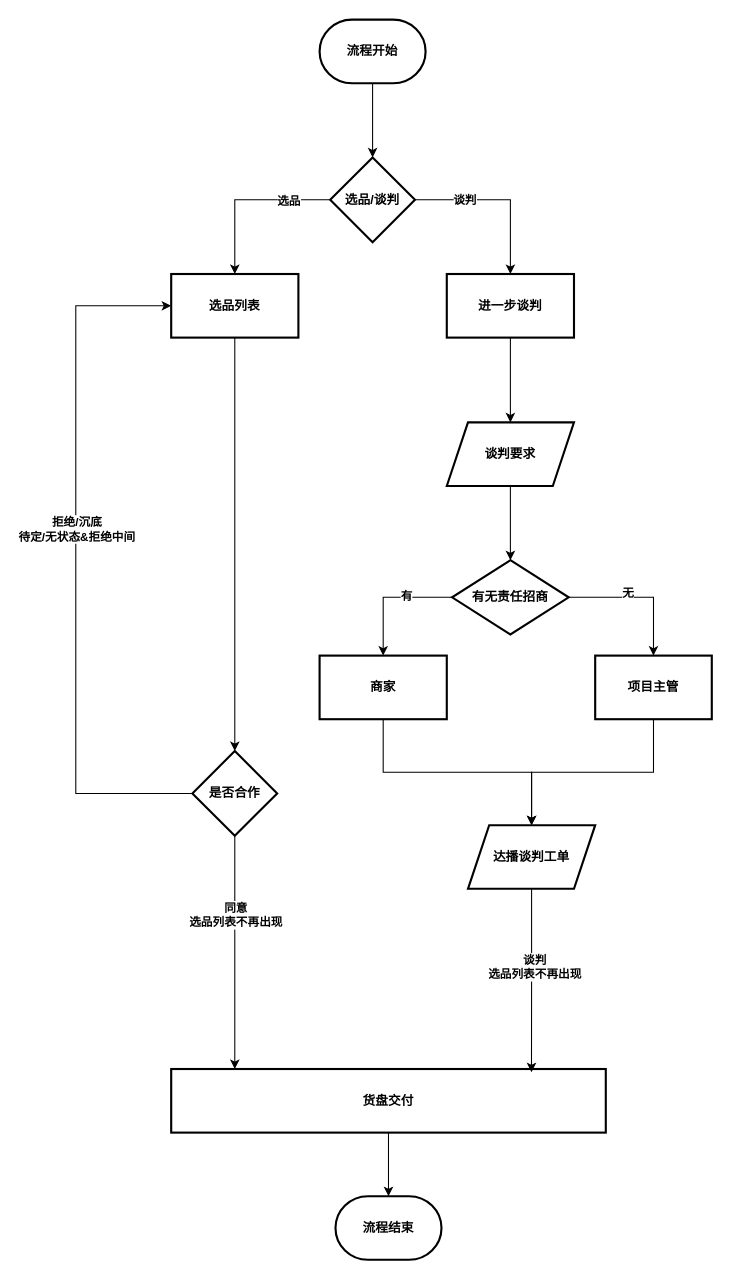
Before: my/未命名绘图.drawio in AtwoodPa/my-markdown, a draw.io diagram. Source tidied: cells renumbered, new cells numbered last; positions are measured from the earlier drawing's top-left corner, leaving out a move shared by most shapes. Both pictures are drawn from the tidied source at 106%, with x=0, y=0 at pixel (75, 19).
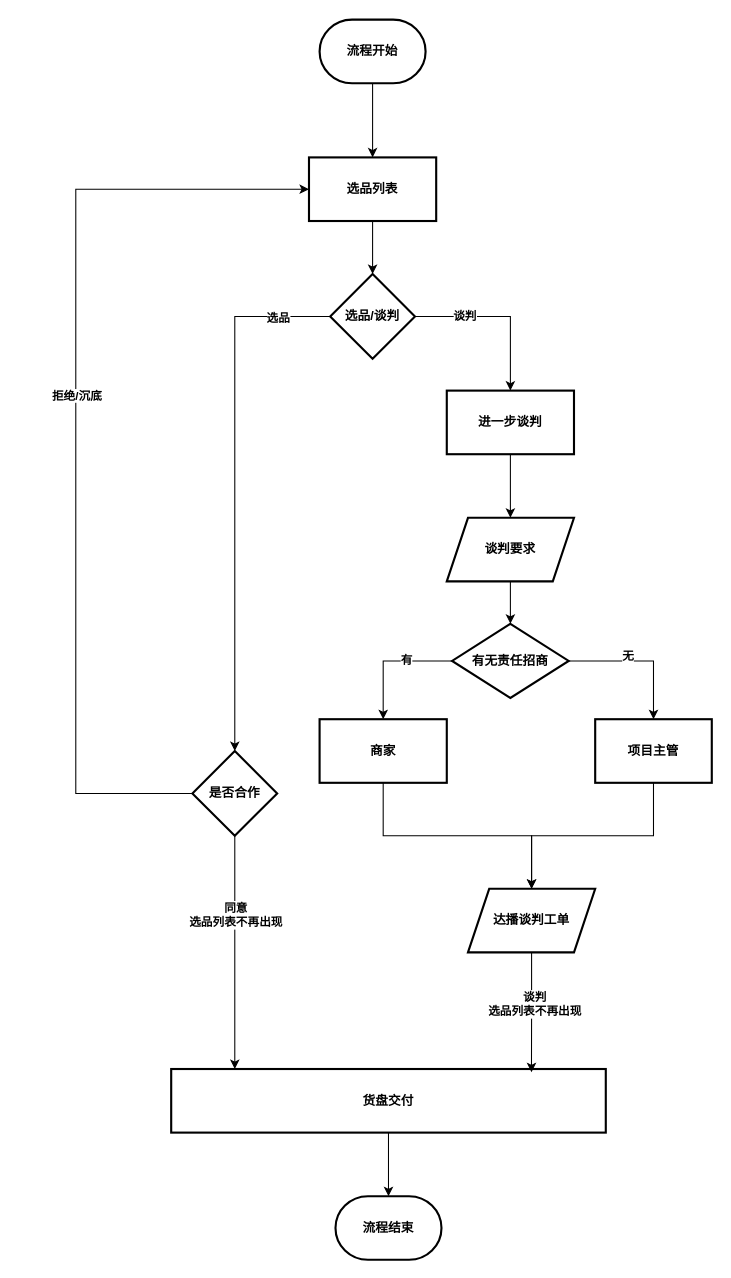
After the change.

Commit message:
更新未命名绘图.drawio

The change refers to these unchanged cells:
```xml
<mxCell id="3" value="&lt;span&gt;流程开始&lt;/span&gt;" style="strokeWidth=2;html=1;shape=mxgraph.flowchart.terminator;whiteSpace=wrap;fontStyle=1;" parent="1" vertex="1">
  <mxGeometry x="230" width="100" height="60" as="geometry" />
</mxCell>
<mxCell id="17" value="是否合作" style="rhombus;whiteSpace=wrap;html=1;strokeWidth=2;fontStyle=1;" parent="1" vertex="1">
  <mxGeometry x="110" y="690" width="80" height="80" as="geometry" />
</mxCell>
```

Change to the diagram source:
```diff
@@
-    <mxCell id="2" style="edgeStyle=orthogonalEdgeStyle;rounded=0;jettySize=auto;html=1;fontStyle=1;" parent="1" edge="1" source="3" target="8">
-      <mxGeometry relative="1" as="geometry" />
-    </mxCell>
+    <mxCell id="35" style="edgeStyle=orthogonalEdgeStyle;rounded=0;jettySize=auto;html=1;" parent="1" edge="1" source="3" target="10">
+      <mxGeometry relative="1" as="geometry" />
+    </mxCell>
@@
-    <mxCell id="4" style="edgeStyle=orthogonalEdgeStyle;rounded=0;jettySize=auto;html=1;fontStyle=1;" parent="1" edge="1" source="8" target="10">
+    <mxCell id="4" style="edgeStyle=orthogonalEdgeStyle;rounded=0;jettySize=auto;html=1;fontStyle=1;entryX=0.5;entryY=0;entryDx=0;entryDy=0;" parent="1" edge="1" source="8" target="17">
       <mxGeometry relative="1" as="geometry" />
     </mxCell>
     <mxCell id="5" value="&lt;span&gt;选品&lt;/span&gt;" style="edgeLabel;html=1;align=center;verticalAlign=middle;fontStyle=1;" parent="4" vertex="1">
       <mxGeometry x="-0.31" y="4" relative="1" as="geometry">
-        <mxPoint x="15" y="-4" as="offset" />
+        <mxPoint x="36" y="-82" as="offset" />
       </mxGeometry>
     </mxCell>
@@
     <mxCell id="8" value="选品/谈判" style="rhombus;whiteSpace=wrap;html=1;strokeWidth=2;fontStyle=1;" parent="1" vertex="1">
-      <mxGeometry x="240" y="130" width="80" height="80" as="geometry" />
+      <mxGeometry x="240" y="240" width="80" height="80" as="geometry" />
     </mxCell>
-    <mxCell id="9" style="edgeStyle=orthogonalEdgeStyle;rounded=0;jettySize=auto;html=1;fontStyle=1;" parent="1" edge="1" source="10" target="17">
-      <mxGeometry relative="1" as="geometry" />
-    </mxCell>
+    <mxCell id="36" style="edgeStyle=orthogonalEdgeStyle;rounded=0;jettySize=auto;html=1;entryX=0.5;entryY=0;entryDx=0;entryDy=0;" parent="1" edge="1" source="10" target="8">
+      <mxGeometry relative="1" as="geometry" />
+    </mxCell>
     <mxCell id="10" value="选品列表" style="whiteSpace=wrap;html=1;strokeWidth=2;fontStyle=1;" parent="1" vertex="1">
-      <mxGeometry x="90" y="240" width="120" height="60" as="geometry" />
+      <mxGeometry x="220" y="130" width="120" height="60" as="geometry" />
     </mxCell>
-    <mxCell id="11" style="edgeStyle=orthogonalEdgeStyle;rounded=0;jettySize=auto;html=1;fontStyle=1;" parent="1" edge="1" source="12" target="20">
+    <mxCell id="11" style="edgeStyle=orthogonalEdgeStyle;rounded=0;jettySize=auto;html=1;entryX=0.5;entryY=0;entryDx=0;entryDy=0;" parent="1" edge="1" source="12" target="20">
       <mxGeometry relative="1" as="geometry" />
     </mxCell>
     <mxCell id="12" value="进一步谈判" style="whiteSpace=wrap;html=1;strokeWidth=2;fontStyle=1;" parent="1" vertex="1">
-      <mxGeometry x="350" y="240" width="120" height="60" as="geometry" />
+      <mxGeometry x="350" y="350" width="120" height="60" as="geometry" />
     </mxCell>
@@
     <mxCell id="15" style="edgeStyle=orthogonalEdgeStyle;rounded=0;jettySize=auto;html=1;entryX=0;entryY=0.5;entryDx=0;entryDy=0;exitX=0;exitY=0.5;exitDx=0;exitDy=0;fontStyle=1;" parent="1" edge="1" source="17" target="10">
       <mxGeometry relative="1" as="geometry">
         <Array as="points">
           <mxPoint y="730" />
-          <mxPoint y="270" />
+          <mxPoint y="160" />
         </Array>
       </mxGeometry>
     </mxCell>
-    <mxCell id="16" value="&lt;span&gt;拒绝/沉底&lt;/span&gt;&lt;div&gt;&lt;span&gt;待定/无状态&amp;amp;拒绝中间&lt;/span&gt;&lt;/div&gt;" style="edgeLabel;html=1;align=center;verticalAlign=middle;fontStyle=1;" parent="15" vertex="1">
+    <mxCell id="16" value="&lt;span&gt;拒绝/沉底&lt;/span&gt;" style="edgeLabel;html=1;align=center;verticalAlign=middle;fontStyle=1;" parent="15" vertex="1">
       <mxGeometry x="0.05" y="5" relative="1" as="geometry">
         <mxPoint x="5" y="-13" as="offset" />
       </mxGeometry>
     </mxCell>
@@
     <mxCell id="20" value="谈判要求" style="shape=parallelogram;perimeter=parallelogramPerimeter;whiteSpace=wrap;html=1;fixedSize=1;strokeWidth=2;fontStyle=1;" parent="1" vertex="1">
-      <mxGeometry x="350" y="380" width="120" height="60" as="geometry" />
+      <mxGeometry x="350" y="470" width="120" height="60" as="geometry" />
     </mxCell>
@@
     <mxCell id="25" value="有无责任招商" style="rhombus;whiteSpace=wrap;html=1;strokeWidth=2;fontStyle=1;" parent="1" vertex="1">
-      <mxGeometry x="355" y="510" width="110" height="70" as="geometry" />
+      <mxGeometry x="355" y="570" width="110" height="70" as="geometry" />
     </mxCell>
@@
     <mxCell id="27" value="项目主管" style="whiteSpace=wrap;html=1;strokeWidth=2;fontStyle=1;" parent="1" vertex="1">
-      <mxGeometry x="490" y="600" width="110" height="60" as="geometry" />
+      <mxGeometry x="490" y="660" width="110" height="60" as="geometry" />
     </mxCell>
@@
     <mxCell id="29" value="商家" style="whiteSpace=wrap;html=1;strokeWidth=2;fontStyle=1;" parent="1" vertex="1">
-      <mxGeometry x="230" y="600" width="120" height="60" as="geometry" />
+      <mxGeometry x="230" y="660" width="120" height="60" as="geometry" />
     </mxCell>
     <mxCell id="30" value="达播谈判工单" style="shape=parallelogram;perimeter=parallelogramPerimeter;whiteSpace=wrap;html=1;fixedSize=1;strokeWidth=2;fontStyle=1;" parent="1" vertex="1">
-      <mxGeometry x="370" y="760" width="120" height="60" as="geometry" />
+      <mxGeometry x="370" y="820" width="120" height="60" as="geometry" />
     </mxCell>
```
